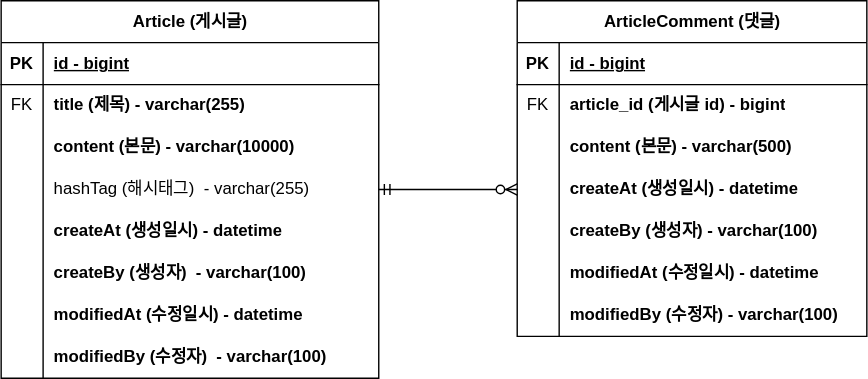
Above: document/board-project-erd.svg in KHyeon9/fastcampus-project-board (draw.io), before the change. Source tidied: cells renumbered, new cells last; positions are measured from the earlier drawing's top-left corner, leaving out a move shared by most shapes.
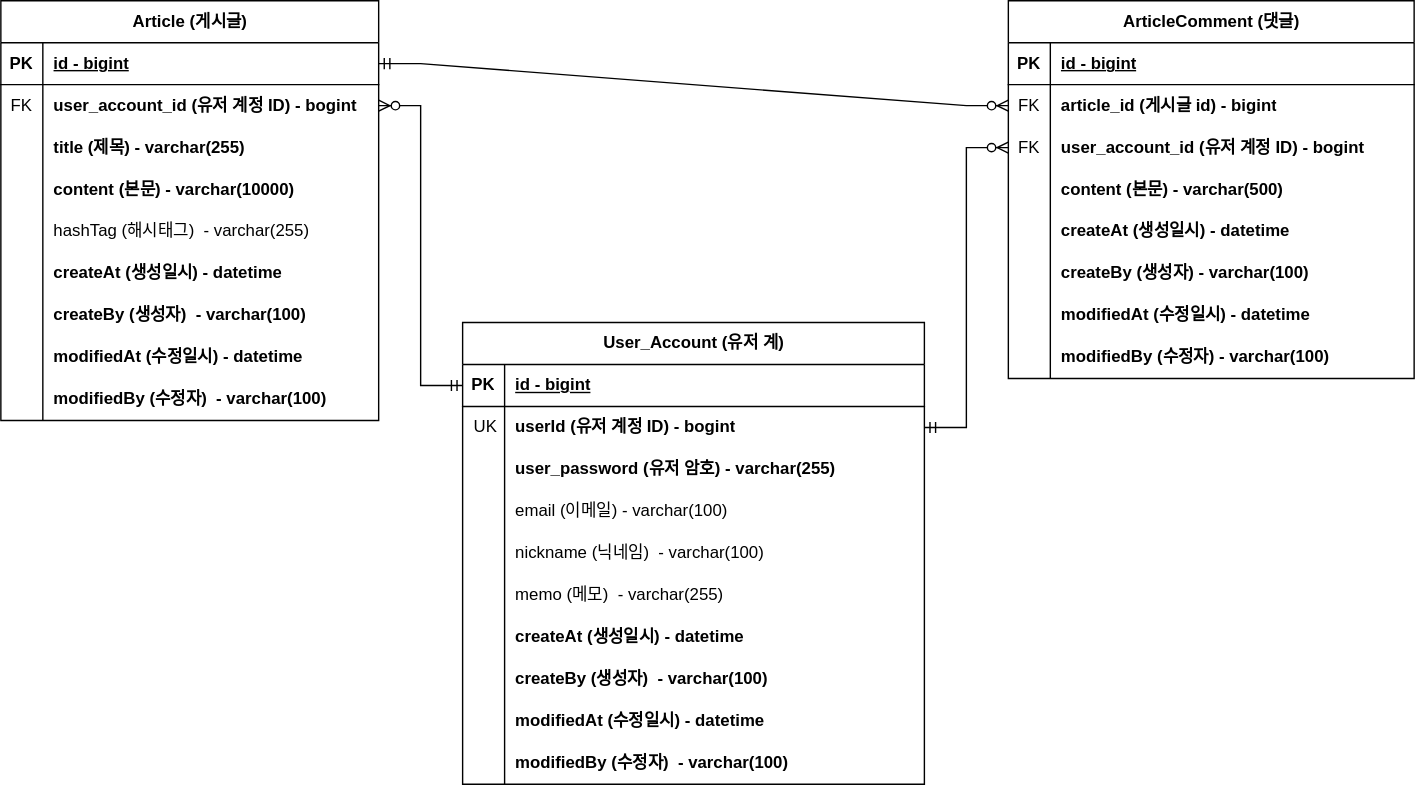
After the commit.

Commit message:
#18 - ERD에 User_Account 추가

Change to the diagram source:
```diff
@@ -5,3 +5,3 @@
     <mxCell id="2" value="Article (게시글)" style="shape=table;startSize=30;rowLines=0;fontStyle=1;align=center;html=1;" parent="1" vertex="1">
-      <mxGeometry width="270" height="270" as="geometry" />
+      <mxGeometry x="-21" width="270" height="300" as="geometry" />
     </mxCell>
@@ -22,7 +22,16 @@
     </mxCell>
-    <mxCell id="8" value="title (제목) - varchar(255)" style="shape=partialRectangle;fillColor=none;top=0;left=0;bottom=0;right=0;align=left;spacingLeft=6;overflow=hidden;whiteSpace=wrap;html=1;fontStyle=1;" parent="6" vertex="1">
+    <mxCell id="8" value="user_account_id (유저 계정 ID) - bogint" style="shape=partialRectangle;fillColor=none;top=0;left=0;bottom=0;right=0;align=left;spacingLeft=6;overflow=hidden;whiteSpace=wrap;html=1;fontStyle=1;" parent="6" vertex="1">
       <mxGeometry x="30" width="240" height="30" as="geometry" />
     </mxCell>
+    <mxCell id="50" style="shape=tableRow;horizontal=0;startSize=0;swimlaneHead=0;swimlaneBody=0;fillColor=none;top=0;left=0;right=0;bottom=0;" parent="2" vertex="1">
+      <mxGeometry y="90" width="270" height="30" as="geometry" />
+    </mxCell>
+    <mxCell id="51" style="shape=partialRectangle;fillColor=none;top=0;left=0;bottom=0;right=0;overflow=hidden;whiteSpace=wrap;html=1;" parent="50" vertex="1">
+      <mxGeometry width="30" height="30" as="geometry" />
+    </mxCell>
+    <mxCell id="52" value="title (제목) - varchar(255)" style="shape=partialRectangle;fillColor=none;top=0;left=0;bottom=0;right=0;align=left;spacingLeft=6;overflow=hidden;whiteSpace=wrap;html=1;fontStyle=1;" parent="50" vertex="1">
+      <mxGeometry x="30" width="240" height="30" as="geometry" />
+    </mxCell>
     <mxCell id="9" style="shape=tableRow;horizontal=0;startSize=0;swimlaneHead=0;swimlaneBody=0;fillColor=none;top=0;left=0;right=0;bottom=0;" parent="2" vertex="1">
-      <mxGeometry y="90" width="270" height="30" as="geometry" />
+      <mxGeometry y="120" width="270" height="30" as="geometry" />
     </mxCell>
@@ -35,3 +44,3 @@
     <mxCell id="12" style="shape=tableRow;horizontal=0;startSize=0;swimlaneHead=0;swimlaneBody=0;fillColor=none;points=[[0,0.5],[1,0.5]];portConstraint=eastwest;top=0;left=0;right=0;bottom=0;" parent="2" vertex="1">
-      <mxGeometry y="120" width="270" height="30" as="geometry" />
+      <mxGeometry y="150" width="270" height="30" as="geometry" />
     </mxCell>
@@ -44,3 +53,3 @@
     <mxCell id="15" style="shape=tableRow;horizontal=0;startSize=0;swimlaneHead=0;swimlaneBody=0;fillColor=none;top=0;left=0;right=0;bottom=0;" parent="2" vertex="1">
-      <mxGeometry y="150" width="270" height="30" as="geometry" />
+      <mxGeometry y="180" width="270" height="30" as="geometry" />
     </mxCell>
@@ -53,3 +62,3 @@
     <mxCell id="18" style="shape=tableRow;horizontal=0;startSize=0;swimlaneHead=0;swimlaneBody=0;fillColor=none;top=0;left=0;right=0;bottom=0;" parent="2" vertex="1">
-      <mxGeometry y="180" width="270" height="30" as="geometry" />
+      <mxGeometry y="210" width="270" height="30" as="geometry" />
     </mxCell>
@@ -62,3 +71,3 @@
     <mxCell id="21" style="shape=tableRow;horizontal=0;startSize=0;swimlaneHead=0;swimlaneBody=0;fillColor=none;top=0;left=0;right=0;bottom=0;" parent="2" vertex="1">
-      <mxGeometry y="210" width="270" height="30" as="geometry" />
+      <mxGeometry y="240" width="270" height="30" as="geometry" />
     </mxCell>
@@ -71,3 +80,3 @@
     <mxCell id="24" style="shape=tableRow;horizontal=0;startSize=0;swimlaneHead=0;swimlaneBody=0;fillColor=none;top=0;left=0;right=0;bottom=0;" parent="2" vertex="1">
-      <mxGeometry y="240" width="270" height="30" as="geometry" />
+      <mxGeometry y="270" width="270" height="30" as="geometry" />
     </mxCell>
@@ -80,6 +89,6 @@
     <mxCell id="27" value="ArticleComment (댓글)" style="shape=table;startSize=30;rowLines=0;fontStyle=1;align=center;html=1;" parent="1" vertex="1">
-      <mxGeometry x="369" width="250" height="240" as="geometry" />
+      <mxGeometry x="699" width="290" height="270" as="geometry" />
     </mxCell>
     <mxCell id="28" style="shape=tableRow;horizontal=0;startSize=0;swimlaneHead=0;swimlaneBody=0;fillColor=none;top=0;left=0;right=0;bottom=1;" parent="27" vertex="1">
-      <mxGeometry y="30" width="250" height="30" as="geometry" />
+      <mxGeometry y="30" width="290" height="30" as="geometry" />
     </mxCell>
@@ -89,6 +98,6 @@
     <mxCell id="30" value="id - bigint" style="shape=partialRectangle;fillColor=none;top=0;left=0;bottom=0;right=0;align=left;spacingLeft=6;fontStyle=5;overflow=hidden;whiteSpace=wrap;html=1;" parent="28" vertex="1">
-      <mxGeometry x="30" width="220" height="30" as="geometry" />
+      <mxGeometry x="30" width="260" height="30" as="geometry" />
     </mxCell>
     <mxCell id="31" style="shape=tableRow;horizontal=0;startSize=0;swimlaneHead=0;swimlaneBody=0;fillColor=none;points=[[0,0.5],[1,0.5]];portConstraint=eastwest;top=0;left=0;right=0;bottom=0;" parent="27" vertex="1">
-      <mxGeometry y="60" width="250" height="30" as="geometry" />
+      <mxGeometry y="60" width="290" height="30" as="geometry" />
     </mxCell>
@@ -98,6 +107,15 @@
     <mxCell id="33" value="article_id (게시글 id) - bigint" style="shape=partialRectangle;fillColor=none;top=0;left=0;bottom=0;right=0;align=left;spacingLeft=6;overflow=hidden;whiteSpace=wrap;html=1;fontStyle=1;" parent="31" vertex="1">
-      <mxGeometry x="30" width="220" height="30" as="geometry" />
+      <mxGeometry x="30" width="260" height="30" as="geometry" />
     </mxCell>
+    <mxCell id="53" style="shape=tableRow;horizontal=0;startSize=0;swimlaneHead=0;swimlaneBody=0;fillColor=none;points=[[0,0.5],[1,0.5]];portConstraint=eastwest;top=0;left=0;right=0;bottom=0;" parent="27" vertex="1">
+      <mxGeometry y="90" width="290" height="30" as="geometry" />
+    </mxCell>
+    <mxCell id="54" value="FK" style="shape=partialRectangle;fillColor=none;top=0;left=0;bottom=0;right=0;overflow=hidden;whiteSpace=wrap;html=1;" parent="53" vertex="1">
+      <mxGeometry width="30" height="30" as="geometry" />
+    </mxCell>
+    <mxCell id="55" value="user_account_id (유저 계정 ID) - bogint" style="shape=partialRectangle;fillColor=none;top=0;left=0;bottom=0;right=0;align=left;spacingLeft=6;overflow=hidden;whiteSpace=wrap;html=1;fontStyle=1;" parent="53" vertex="1">
+      <mxGeometry x="30" width="260" height="30" as="geometry" />
+    </mxCell>
     <mxCell id="34" style="shape=tableRow;horizontal=0;startSize=0;swimlaneHead=0;swimlaneBody=0;fillColor=none;top=0;left=0;right=0;bottom=0;" parent="27" vertex="1">
-      <mxGeometry y="90" width="250" height="30" as="geometry" />
+      <mxGeometry y="120" width="290" height="30" as="geometry" />
     </mxCell>
@@ -107,6 +125,6 @@
     <mxCell id="36" value="content (본문&lt;span style=&quot;background-color: initial;&quot;&gt;) - varchar(500)&lt;/span&gt;" style="shape=partialRectangle;fillColor=none;top=0;left=0;bottom=0;right=0;align=left;spacingLeft=6;overflow=hidden;whiteSpace=wrap;html=1;fontStyle=1;" parent="34" vertex="1">
-      <mxGeometry x="30" width="220" height="30" as="geometry" />
+      <mxGeometry x="30" width="260" height="30" as="geometry" />
     </mxCell>
     <mxCell id="37" style="shape=tableRow;horizontal=0;startSize=0;swimlaneHead=0;swimlaneBody=0;fillColor=none;points=[[0,0.5],[1,0.5]];portConstraint=eastwest;top=0;left=0;right=0;bottom=0;" parent="27" vertex="1">
-      <mxGeometry y="120" width="250" height="30" as="geometry" />
+      <mxGeometry y="150" width="290" height="30" as="geometry" />
     </mxCell>
@@ -116,6 +134,6 @@
     <mxCell id="39" value="createAt (생성일시) - datetime" style="shape=partialRectangle;fillColor=none;top=0;left=0;bottom=0;right=0;align=left;spacingLeft=6;overflow=hidden;whiteSpace=wrap;html=1;fontStyle=1;" parent="37" vertex="1">
-      <mxGeometry x="30" width="220" height="30" as="geometry" />
+      <mxGeometry x="30" width="260" height="30" as="geometry" />
     </mxCell>
     <mxCell id="40" style="shape=tableRow;horizontal=0;startSize=0;swimlaneHead=0;swimlaneBody=0;fillColor=none;top=0;left=0;right=0;bottom=0;" parent="27" vertex="1">
-      <mxGeometry y="150" width="250" height="30" as="geometry" />
+      <mxGeometry y="180" width="290" height="30" as="geometry" />
     </mxCell>
@@ -125,6 +143,6 @@
     <mxCell id="42" value="createBy (생성자) - varchar(100)" style="shape=partialRectangle;fillColor=none;top=0;left=0;bottom=0;right=0;align=left;spacingLeft=6;overflow=hidden;whiteSpace=wrap;html=1;fontStyle=1;" parent="40" vertex="1">
-      <mxGeometry x="30" width="220" height="30" as="geometry" />
+      <mxGeometry x="30" width="260" height="30" as="geometry" />
     </mxCell>
     <mxCell id="43" style="shape=tableRow;horizontal=0;startSize=0;swimlaneHead=0;swimlaneBody=0;fillColor=none;top=0;left=0;right=0;bottom=0;" parent="27" vertex="1">
-      <mxGeometry y="180" width="250" height="30" as="geometry" />
+      <mxGeometry y="210" width="290" height="30" as="geometry" />
     </mxCell>
@@ -134,6 +152,6 @@
     <mxCell id="45" value="modifiedAt (수정일시) - datetime" style="shape=partialRectangle;fillColor=none;top=0;left=0;bottom=0;right=0;align=left;spacingLeft=6;overflow=hidden;whiteSpace=wrap;html=1;fontStyle=1;" parent="43" vertex="1">
-      <mxGeometry x="30" width="220" height="30" as="geometry" />
+      <mxGeometry x="30" width="260" height="30" as="geometry" />
     </mxCell>
     <mxCell id="46" style="shape=tableRow;horizontal=0;startSize=0;swimlaneHead=0;swimlaneBody=0;fillColor=none;top=0;left=0;right=0;bottom=0;" parent="27" vertex="1">
-      <mxGeometry y="210" width="250" height="30" as="geometry" />
+      <mxGeometry y="240" width="290" height="30" as="geometry" />
     </mxCell>
@@ -143,7 +161,106 @@
     <mxCell id="48" value="modifiedBy (수정자)&amp;nbsp;- varchar(100)" style="shape=partialRectangle;fillColor=none;top=0;left=0;bottom=0;right=0;align=left;spacingLeft=6;overflow=hidden;whiteSpace=wrap;html=1;fontStyle=1;" parent="46" vertex="1">
-      <mxGeometry x="30" width="220" height="30" as="geometry" />
+      <mxGeometry x="30" width="260" height="30" as="geometry" />
     </mxCell>
-    <mxCell id="49" style="edgeStyle=entityRelationEdgeStyle;fontSize=12;html=1;endArrow=ERzeroToMany;startArrow=ERmandOne;rounded=0;exitX=1;exitY=0.5;exitDx=0;exitDy=0;entryX=0;entryY=0.5;entryDx=0;entryDy=0;" parent="1" edge="1" source="12" target="37">
-      <mxGeometry relative="1" as="geometry" />
-    </mxCell>
+    <mxCell id="56" style="edgeStyle=entityRelationEdgeStyle;fontSize=12;html=1;endArrow=ERzeroToMany;startArrow=ERmandOne;rounded=0;exitX=1;exitY=0.5;exitDx=0;exitDy=0;entryX=0;entryY=0.5;entryDx=0;entryDy=0;" parent="1" edge="1" source="3" target="31">
+      <mxGeometry relative="1" as="geometry" />
+    </mxCell>
+    <mxCell id="57" value="User_Account (유저 계)" style="shape=table;startSize=30;rowLines=0;fontStyle=1;align=center;html=1;" parent="1" vertex="1">
+      <mxGeometry x="309" y="230" width="330" height="330" as="geometry" />
+    </mxCell>
+    <mxCell id="58" style="shape=tableRow;horizontal=0;startSize=0;swimlaneHead=0;swimlaneBody=0;fillColor=none;points=[[0,0.5],[1,0.5]];portConstraint=eastwest;top=0;left=0;right=0;bottom=1;" parent="57" vertex="1">
+      <mxGeometry y="30" width="330" height="30" as="geometry" />
+    </mxCell>
+    <mxCell id="59" value="PK" style="shape=partialRectangle;fillColor=none;top=0;left=0;bottom=0;right=0;fontStyle=1;overflow=hidden;whiteSpace=wrap;html=1;" parent="58" vertex="1">
+      <mxGeometry width="30" height="30" as="geometry" />
+    </mxCell>
+    <mxCell id="60" value="id - bigint" style="shape=partialRectangle;fillColor=none;top=0;left=0;bottom=0;right=0;align=left;spacingLeft=6;fontStyle=5;overflow=hidden;whiteSpace=wrap;html=1;" parent="58" vertex="1">
+      <mxGeometry x="30" width="300" height="30" as="geometry" />
+    </mxCell>
+    <mxCell id="61" style="shape=tableRow;horizontal=0;startSize=0;swimlaneHead=0;swimlaneBody=0;fillColor=none;points=[[0,0.5],[1,0.5]];portConstraint=eastwest;top=0;left=0;right=0;bottom=0;" parent="57" vertex="1">
+      <mxGeometry y="60" width="330" height="30" as="geometry" />
+    </mxCell>
+    <mxCell id="62" value="&amp;nbsp;UK" style="shape=partialRectangle;fillColor=none;top=0;left=0;bottom=0;right=0;overflow=hidden;whiteSpace=wrap;html=1;" parent="61" vertex="1">
+      <mxGeometry width="30" height="30" as="geometry" />
+    </mxCell>
+    <mxCell id="63" value="userId (유저 계정 ID) - bogint" style="shape=partialRectangle;fillColor=none;top=0;left=0;bottom=0;right=0;align=left;spacingLeft=6;overflow=hidden;whiteSpace=wrap;html=1;fontStyle=1;" parent="61" vertex="1">
+      <mxGeometry x="30" width="300" height="30" as="geometry" />
+    </mxCell>
+    <mxCell id="64" style="shape=tableRow;horizontal=0;startSize=0;swimlaneHead=0;swimlaneBody=0;fillColor=none;top=0;left=0;right=0;bottom=0;" parent="57" vertex="1">
+      <mxGeometry y="90" width="330" height="30" as="geometry" />
+    </mxCell>
+    <mxCell id="65" style="shape=partialRectangle;fillColor=none;top=0;left=0;bottom=0;right=0;overflow=hidden;whiteSpace=wrap;html=1;" parent="64" vertex="1">
+      <mxGeometry width="30" height="30" as="geometry" />
+    </mxCell>
+    <mxCell id="66" value="user_password&amp;nbsp;(유저 암호) - varchar(255)" style="shape=partialRectangle;fillColor=none;top=0;left=0;bottom=0;right=0;align=left;spacingLeft=6;overflow=hidden;whiteSpace=wrap;html=1;fontStyle=1;" parent="64" vertex="1">
+      <mxGeometry x="30" width="300" height="30" as="geometry" />
+    </mxCell>
+    <mxCell id="67" style="shape=tableRow;horizontal=0;startSize=0;swimlaneHead=0;swimlaneBody=0;fillColor=none;top=0;left=0;right=0;bottom=0;" parent="57" vertex="1">
+      <mxGeometry y="120" width="330" height="30" as="geometry" />
+    </mxCell>
+    <mxCell id="68" style="shape=partialRectangle;fillColor=none;top=0;left=0;bottom=0;right=0;overflow=hidden;whiteSpace=wrap;html=1;" parent="67" vertex="1">
+      <mxGeometry width="30" height="30" as="geometry" />
+    </mxCell>
+    <mxCell id="69" value="&lt;span style=&quot;font-weight: normal;&quot;&gt;email (이메일&lt;span style=&quot;background-color: initial;&quot;&gt;) - varchar(100)&lt;/span&gt;&lt;/span&gt;" style="shape=partialRectangle;fillColor=none;top=0;left=0;bottom=0;right=0;align=left;spacingLeft=6;overflow=hidden;whiteSpace=wrap;html=1;fontStyle=1;" parent="67" vertex="1">
+      <mxGeometry x="30" width="300" height="30" as="geometry" />
+    </mxCell>
+    <mxCell id="70" style="shape=tableRow;horizontal=0;startSize=0;swimlaneHead=0;swimlaneBody=0;fillColor=none;top=0;left=0;right=0;bottom=0;" parent="57" vertex="1">
+      <mxGeometry y="150" width="330" height="30" as="geometry" />
+    </mxCell>
+    <mxCell id="71" style="shape=partialRectangle;fillColor=none;top=0;left=0;bottom=0;right=0;overflow=hidden;whiteSpace=wrap;html=1;" parent="70" vertex="1">
+      <mxGeometry width="30" height="30" as="geometry" />
+    </mxCell>
+    <mxCell id="72" value="nickname (닉네임)&amp;nbsp;&amp;nbsp;- varchar(100)" style="shape=partialRectangle;fillColor=none;top=0;left=0;bottom=0;right=0;align=left;spacingLeft=6;overflow=hidden;whiteSpace=wrap;html=1;" parent="70" vertex="1">
+      <mxGeometry x="30" width="300" height="30" as="geometry" />
+    </mxCell>
+    <mxCell id="73" style="shape=tableRow;horizontal=0;startSize=0;swimlaneHead=0;swimlaneBody=0;fillColor=none;top=0;left=0;right=0;bottom=0;" parent="57" vertex="1">
+      <mxGeometry y="180" width="330" height="30" as="geometry" />
+    </mxCell>
+    <mxCell id="74" style="shape=partialRectangle;fillColor=none;top=0;left=0;bottom=0;right=0;overflow=hidden;whiteSpace=wrap;html=1;" parent="73" vertex="1">
+      <mxGeometry width="30" height="30" as="geometry" />
+    </mxCell>
+    <mxCell id="75" value="memo (메모)&amp;nbsp;&amp;nbsp;- varchar(255)" style="shape=partialRectangle;fillColor=none;top=0;left=0;bottom=0;right=0;align=left;spacingLeft=6;overflow=hidden;whiteSpace=wrap;html=1;" parent="73" vertex="1">
+      <mxGeometry x="30" width="300" height="30" as="geometry" />
+    </mxCell>
+    <mxCell id="76" style="shape=tableRow;horizontal=0;startSize=0;swimlaneHead=0;swimlaneBody=0;fillColor=none;top=0;left=0;right=0;bottom=0;" parent="57" vertex="1">
+      <mxGeometry y="210" width="330" height="30" as="geometry" />
+    </mxCell>
+    <mxCell id="77" style="shape=partialRectangle;fillColor=none;top=0;left=0;bottom=0;right=0;overflow=hidden;whiteSpace=wrap;html=1;" parent="76" vertex="1">
+      <mxGeometry width="30" height="30" as="geometry" />
+    </mxCell>
+    <mxCell id="78" value="createAt (생성일시) - datetime" style="shape=partialRectangle;fillColor=none;top=0;left=0;bottom=0;right=0;align=left;spacingLeft=6;overflow=hidden;whiteSpace=wrap;html=1;fontStyle=1;" parent="76" vertex="1">
+      <mxGeometry x="30" width="300" height="30" as="geometry" />
+    </mxCell>
+    <mxCell id="79" style="shape=tableRow;horizontal=0;startSize=0;swimlaneHead=0;swimlaneBody=0;fillColor=none;top=0;left=0;right=0;bottom=0;" parent="57" vertex="1">
+      <mxGeometry y="240" width="330" height="30" as="geometry" />
+    </mxCell>
+    <mxCell id="80" style="shape=partialRectangle;fillColor=none;top=0;left=0;bottom=0;right=0;overflow=hidden;whiteSpace=wrap;html=1;" parent="79" vertex="1">
+      <mxGeometry width="30" height="30" as="geometry" />
+    </mxCell>
+    <mxCell id="81" value="createBy (생성자)&amp;nbsp;&amp;nbsp;- varchar(100)" style="shape=partialRectangle;fillColor=none;top=0;left=0;bottom=0;right=0;align=left;spacingLeft=6;overflow=hidden;whiteSpace=wrap;html=1;fontStyle=1;" parent="79" vertex="1">
+      <mxGeometry x="30" width="300" height="30" as="geometry" />
+    </mxCell>
+    <mxCell id="82" style="shape=tableRow;horizontal=0;startSize=0;swimlaneHead=0;swimlaneBody=0;fillColor=none;top=0;left=0;right=0;bottom=0;" parent="57" vertex="1">
+      <mxGeometry y="270" width="330" height="30" as="geometry" />
+    </mxCell>
+    <mxCell id="83" style="shape=partialRectangle;fillColor=none;top=0;left=0;bottom=0;right=0;overflow=hidden;whiteSpace=wrap;html=1;" parent="82" vertex="1">
+      <mxGeometry width="30" height="30" as="geometry" />
+    </mxCell>
+    <mxCell id="84" value="modifiedAt (수정일시) - datetime" style="shape=partialRectangle;fillColor=none;top=0;left=0;bottom=0;right=0;align=left;spacingLeft=6;overflow=hidden;whiteSpace=wrap;html=1;fontStyle=1;" parent="82" vertex="1">
+      <mxGeometry x="30" width="300" height="30" as="geometry" />
+    </mxCell>
+    <mxCell id="85" style="shape=tableRow;horizontal=0;startSize=0;swimlaneHead=0;swimlaneBody=0;fillColor=none;top=0;left=0;right=0;bottom=0;" parent="57" vertex="1">
+      <mxGeometry y="300" width="330" height="30" as="geometry" />
+    </mxCell>
+    <mxCell id="86" style="shape=partialRectangle;fillColor=none;top=0;left=0;bottom=0;right=0;overflow=hidden;whiteSpace=wrap;html=1;" parent="85" vertex="1">
+      <mxGeometry width="30" height="30" as="geometry" />
+    </mxCell>
+    <mxCell id="87" value="modifiedBy (수정자)&amp;nbsp;&amp;nbsp;- varchar(100)" style="shape=partialRectangle;fillColor=none;top=0;left=0;bottom=0;right=0;align=left;spacingLeft=6;overflow=hidden;whiteSpace=wrap;html=1;fontStyle=1;" parent="85" vertex="1">
+      <mxGeometry x="30" width="300" height="30" as="geometry" />
+    </mxCell>
+    <mxCell id="88" style="edgeStyle=entityRelationEdgeStyle;fontSize=12;html=1;endArrow=ERzeroToMany;startArrow=ERmandOne;rounded=0;entryX=1;entryY=0.5;entryDx=0;entryDy=0;exitX=0;exitY=0.5;exitDx=0;exitDy=0;" parent="1" edge="1" source="58" target="6">
+      <mxGeometry relative="1" as="geometry" />
+    </mxCell>
+    <mxCell id="89" style="edgeStyle=entityRelationEdgeStyle;fontSize=12;html=1;endArrow=ERzeroToMany;startArrow=ERmandOne;rounded=0;entryX=0;entryY=0.5;entryDx=0;entryDy=0;" parent="1" edge="1" source="61" target="53">
+      <mxGeometry relative="1" as="geometry" />
+    </mxCell>
   </root>
```
